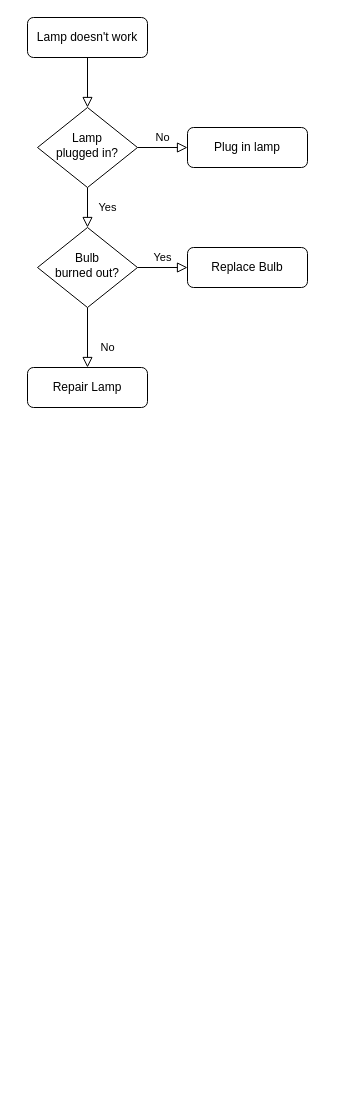
The draw.io diagram pocl-total.drawio in dinyy/flow-chart, before the edit. Source tidied: cells renumbered, new cells numbered last; positions are measured from the earlier drawing's top-left corner, leaving out a move shared by most shapes. Both pictures are drawn from the tidied source at 100%, with x=0, y=0 at pixel (27, 17).
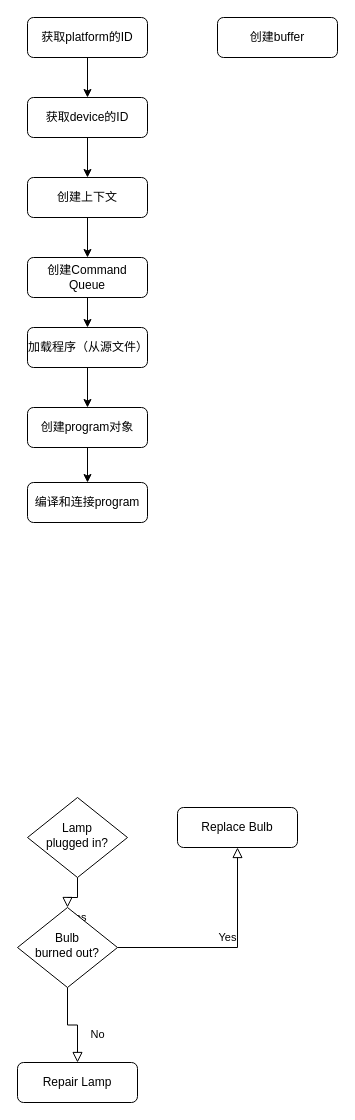
The same diagram, later.

What changed in the source:
```diff
@@
-    <mxCell id="2" style="rounded=0;html=1;jettySize=auto;fontSize=11;endArrow=block;endFill=0;endSize=8;strokeWidth=1;shadow=0;labelBackgroundColor=none;edgeStyle=orthogonalEdgeStyle;" parent="1" edge="1" source="3" target="6">
-      <mxGeometry relative="1" as="geometry" />
-    </mxCell>
+    <mxCell id="13" style="edgeStyle=orthogonalEdgeStyle;rounded=0;jettySize=auto;html=1;" parent="1" edge="1" source="3" target="7">
+      <mxGeometry relative="1" as="geometry" />
+    </mxCell>
-    <mxCell id="3" value="Lamp doesn't work" style="rounded=1;whiteSpace=wrap;html=1;fontSize=12;glass=0;strokeWidth=1;shadow=0;" parent="1" vertex="1">
+    <mxCell id="3" value="获取platform的ID" style="rounded=1;whiteSpace=wrap;html=1;fontSize=12;glass=0;strokeWidth=1;shadow=0;" parent="1" vertex="1">
       <mxGeometry width="120" height="40" as="geometry" />
     </mxCell>
@@
-    <mxCell id="5" value="No" style="edgeStyle=orthogonalEdgeStyle;rounded=0;html=1;jettySize=auto;fontSize=11;endArrow=block;endFill=0;endSize=8;strokeWidth=1;shadow=0;labelBackgroundColor=none;" parent="1" edge="1" source="6" target="7">
-      <mxGeometry y="10" relative="1" as="geometry" />
-    </mxCell>
     <mxCell id="6" value="Lamp&lt;br&gt;plugged in?" style="rhombus;whiteSpace=wrap;html=1;shadow=0;fontFamily=Helvetica;fontSize=12;align=center;strokeWidth=1;spacing=6;spacingTop=-4;" parent="1" vertex="1">
-      <mxGeometry x="10" y="90" width="100" height="80" as="geometry" />
+      <mxGeometry y="780" width="100" height="80" as="geometry" />
     </mxCell>
+    <mxCell id="14" style="edgeStyle=orthogonalEdgeStyle;rounded=0;jettySize=auto;html=1;" parent="1" edge="1" source="7" target="16">
+      <mxGeometry relative="1" as="geometry" />
+    </mxCell>
-    <mxCell id="7" value="Plug in lamp" style="rounded=1;whiteSpace=wrap;html=1;fontSize=12;glass=0;strokeWidth=1;shadow=0;" parent="1" vertex="1">
-      <mxGeometry x="160" y="110" width="120" height="40" as="geometry" />
+    <mxCell id="7" value="获取device的ID" style="rounded=1;whiteSpace=wrap;html=1;fontSize=12;glass=0;strokeWidth=1;shadow=0;" parent="1" vertex="1">
+      <mxGeometry y="80" width="120" height="40" as="geometry" />
     </mxCell>
@@
     <mxCell id="10" value="Bulb&lt;br&gt;burned out?" style="rhombus;whiteSpace=wrap;html=1;shadow=0;fontFamily=Helvetica;fontSize=12;align=center;strokeWidth=1;spacing=6;spacingTop=-4;" parent="1" vertex="1">
-      <mxGeometry x="10" y="210" width="100" height="80" as="geometry" />
+      <mxGeometry x="-10" y="890" width="100" height="80" as="geometry" />
     </mxCell>
     <mxCell id="11" value="Repair Lamp" style="rounded=1;whiteSpace=wrap;html=1;fontSize=12;glass=0;strokeWidth=1;shadow=0;" parent="1" vertex="1">
-      <mxGeometry y="350" width="120" height="40" as="geometry" />
+      <mxGeometry x="-10" y="1045" width="120" height="40" as="geometry" />
     </mxCell>
     <mxCell id="12" value="Replace Bulb" style="rounded=1;whiteSpace=wrap;html=1;fontSize=12;glass=0;strokeWidth=1;shadow=0;" parent="1" vertex="1">
-      <mxGeometry x="160" y="230" width="120" height="40" as="geometry" />
+      <mxGeometry x="150" y="790" width="120" height="40" as="geometry" />
     </mxCell>
+    <mxCell id="15" style="edgeStyle=orthogonalEdgeStyle;rounded=0;jettySize=auto;html=1;" parent="1" edge="1" source="16" target="18">
+      <mxGeometry relative="1" as="geometry" />
+    </mxCell>
+    <mxCell id="16" value="创建上下文" style="rounded=1;whiteSpace=wrap;html=1;fontSize=12;glass=0;strokeWidth=1;shadow=0;" parent="1" vertex="1">
+      <mxGeometry y="160" width="120" height="40" as="geometry" />
+    </mxCell>
+    <mxCell id="17" style="edgeStyle=orthogonalEdgeStyle;rounded=0;jettySize=auto;html=1;" parent="1" edge="1" source="18" target="20">
+      <mxGeometry relative="1" as="geometry" />
+    </mxCell>
+    <mxCell id="18" value="创建Command Queue" style="rounded=1;whiteSpace=wrap;html=1;fontSize=12;glass=0;strokeWidth=1;shadow=0;" parent="1" vertex="1">
+      <mxGeometry y="240" width="120" height="40" as="geometry" />
+    </mxCell>
+    <mxCell id="19" style="edgeStyle=orthogonalEdgeStyle;rounded=0;jettySize=auto;html=1;" parent="1" edge="1" source="20" target="22">
+      <mxGeometry relative="1" as="geometry" />
+    </mxCell>
+    <mxCell id="20" value="加载程序（从源文件）" style="rounded=1;whiteSpace=wrap;html=1;fontSize=12;glass=0;strokeWidth=1;shadow=0;" parent="1" vertex="1">
+      <mxGeometry y="310" width="120" height="40" as="geometry" />
+    </mxCell>
+    <mxCell id="21" style="edgeStyle=orthogonalEdgeStyle;rounded=0;jettySize=auto;html=1;" parent="1" edge="1" source="22" target="23">
+      <mxGeometry relative="1" as="geometry" />
+    </mxCell>
+    <mxCell id="22" value="创建program对象" style="rounded=1;whiteSpace=wrap;html=1;fontSize=12;glass=0;strokeWidth=1;shadow=0;" parent="1" vertex="1">
+      <mxGeometry y="390" width="120" height="40" as="geometry" />
+    </mxCell>
+    <mxCell id="23" value="编译和连接program" style="rounded=1;whiteSpace=wrap;html=1;fontSize=12;glass=0;strokeWidth=1;shadow=0;" parent="1" vertex="1">
+      <mxGeometry y="465" width="120" height="40" as="geometry" />
+    </mxCell>
+    <mxCell id="24" value="创建buffer" style="rounded=1;whiteSpace=wrap;html=1;fontSize=12;glass=0;strokeWidth=1;shadow=0;" parent="1" vertex="1">
+      <mxGeometry x="190" width="120" height="40" as="geometry" />
+    </mxCell>
```
